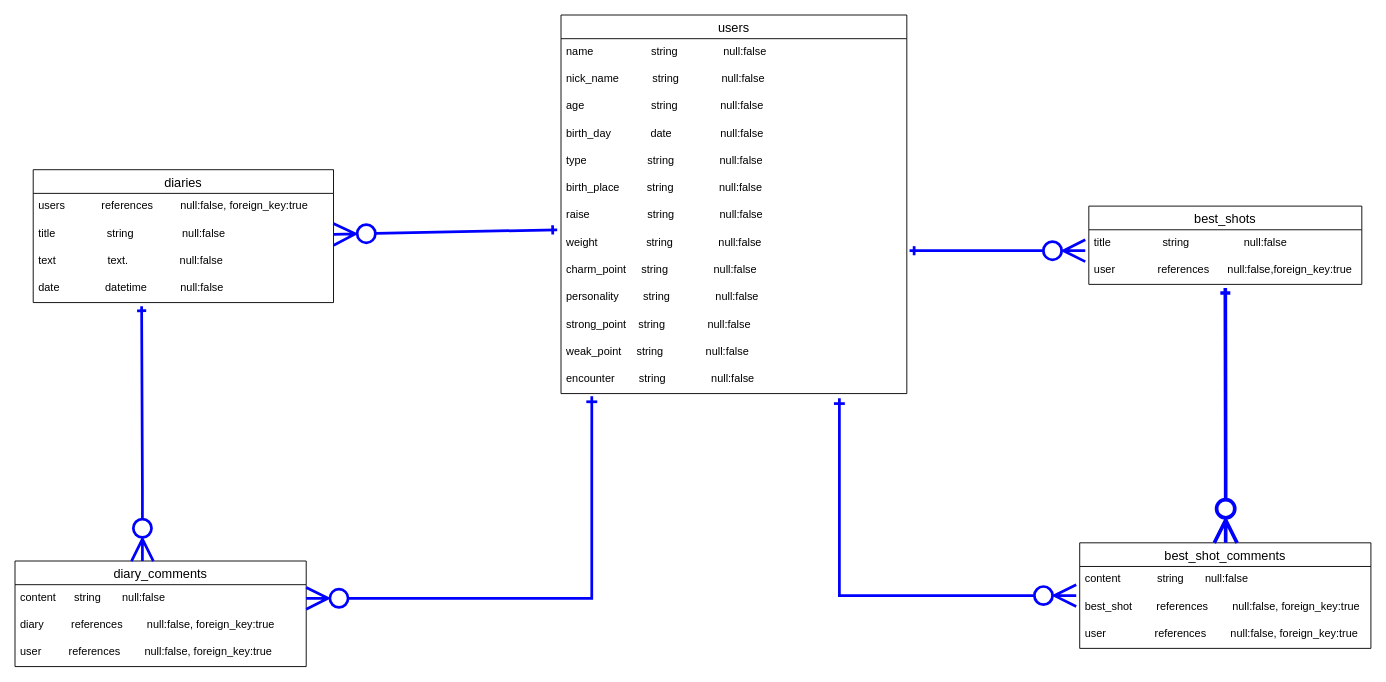
tomatokirai/happy_cat keeps this draw.io diagram as test.dio. Above is the earlier version. Source tidied: cells renumbered, new cells numbered last; positions are measured from the earlier drawing's top-left corner, leaving out a move shared by most shapes. Both pictures are drawn from the tidied source at 91%, with x=0, y=0 at pixel (15, 15).
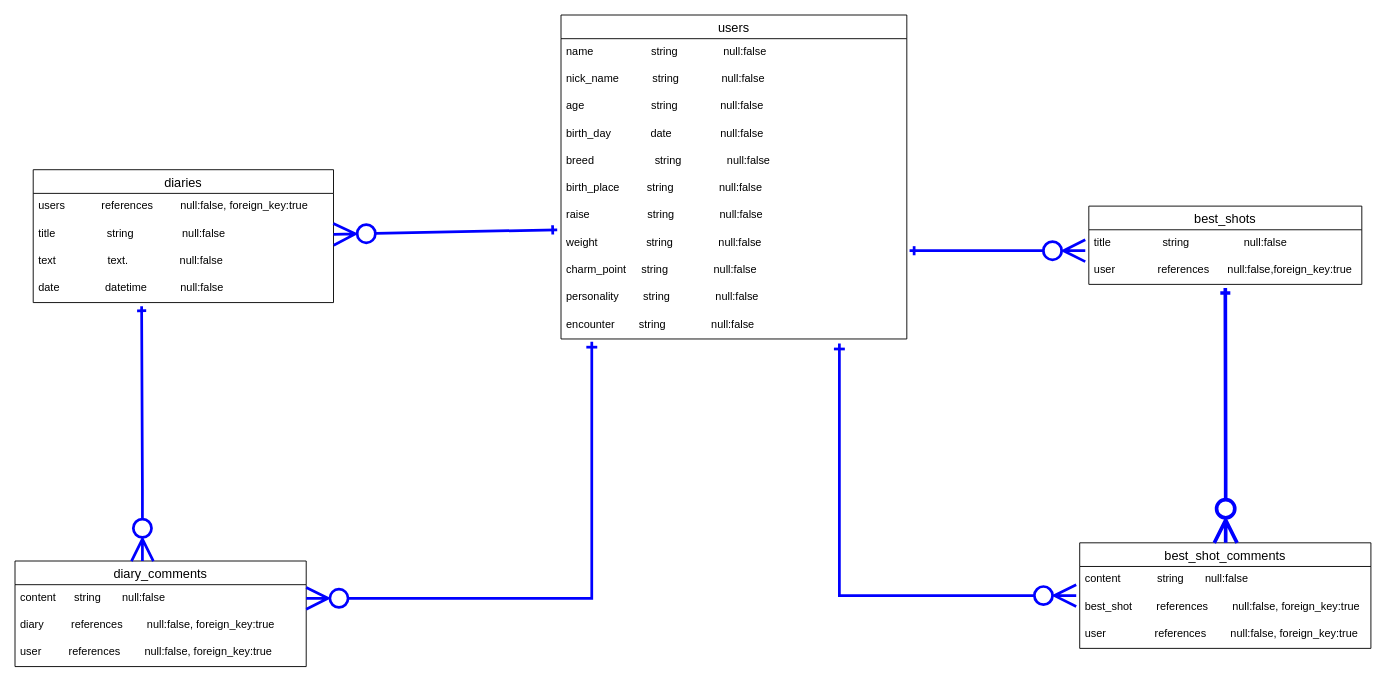
After the change.

The edit, as a diff of the source:
```diff
@@
     <mxCell id="2" value="users" style="swimlane;fontStyle=0;horizontal=1;startSize=26;align=center;fontSize=14;" parent="1" vertex="1">
-      <mxGeometry x="600" width="380" height="416" as="geometry" />
+      <mxGeometry x="600" width="380" height="356" as="geometry" />
     </mxCell>
@@
-    <mxCell id="7" value="type                    string               null:false" style="text;strokeColor=none;fillColor=none;spacingLeft=4;spacingRight=4;overflow=hidden;fontSize=12;" parent="2" vertex="1">
+    <mxCell id="7" value="breed                    string               null:false" style="text;strokeColor=none;fillColor=none;spacingLeft=4;spacingRight=4;overflow=hidden;fontSize=12;" parent="2" vertex="1">
       <mxGeometry y="146" width="380" height="30" as="geometry" />
     </mxCell>
@@
-    <mxCell id="13" value="strong_point    string              null:false" style="text;strokeColor=none;fillColor=none;spacingLeft=4;spacingRight=4;overflow=hidden;fontSize=12;" parent="2" vertex="1">
-      <mxGeometry y="326" width="380" height="30" as="geometry" />
-    </mxCell>
-    <mxCell id="14" value="weak_point     string              null:false" style="text;strokeColor=none;fillColor=none;spacingLeft=4;spacingRight=4;overflow=hidden;fontSize=12;" parent="2" vertex="1">
-      <mxGeometry y="356" width="380" height="30" as="geometry" />
-    </mxCell>
     <mxCell id="15" value="encounter        string               null:false" style="text;strokeColor=none;fillColor=none;spacingLeft=4;spacingRight=4;overflow=hidden;points=[[0,0.5],[1,0.5]];portConstraint=eastwest;fontSize=12;" parent="2" vertex="1">
-      <mxGeometry y="386" width="380" height="30" as="geometry" />
+      <mxGeometry y="326" width="380" height="30" as="geometry" />
     </mxCell>
```
